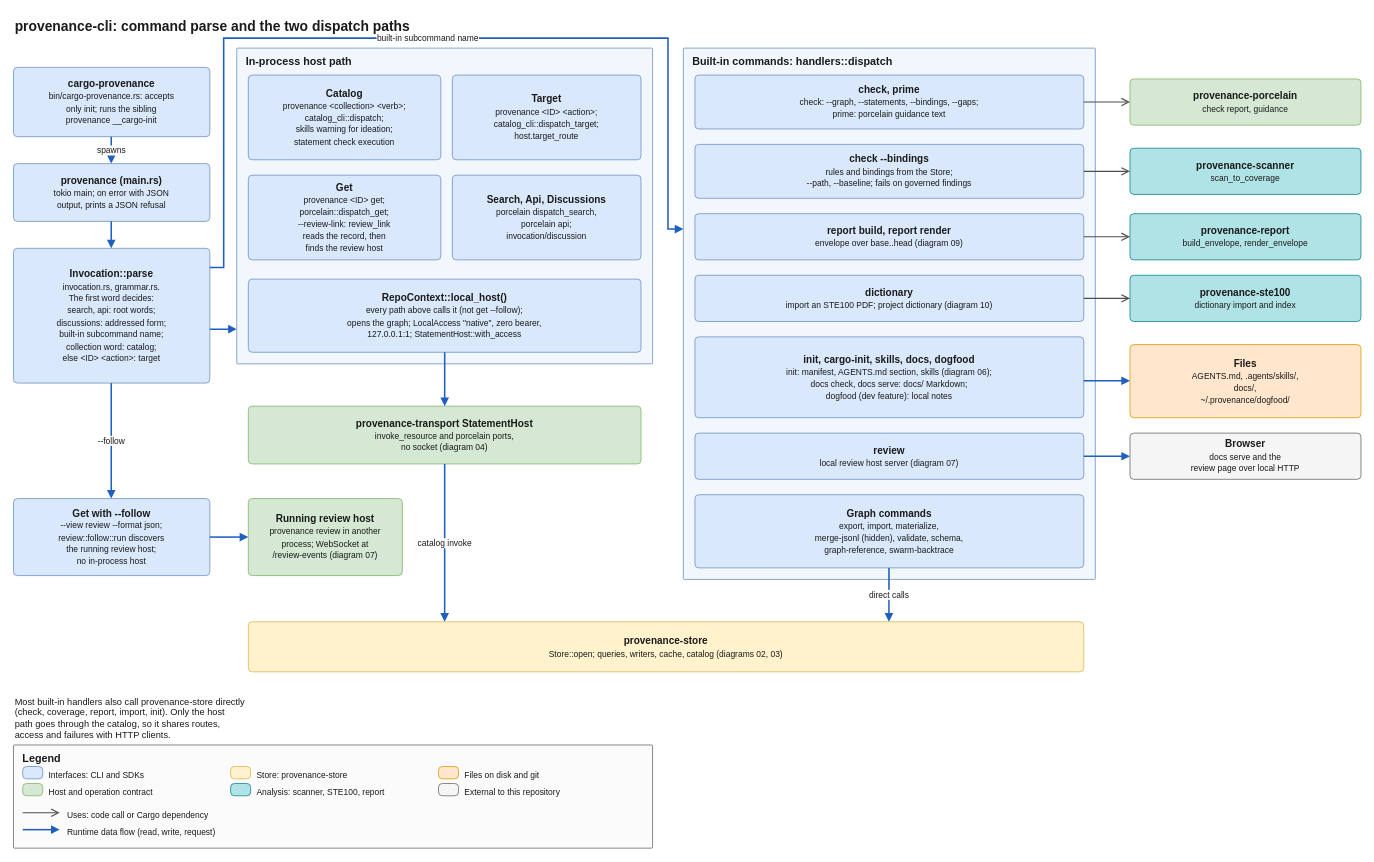
Before: docs/architecture/diagrams/05-cli-dispatch.drawio in quality-sh/provenance, a draw.io diagram. Source tidied: cells renumbered, new cells numbered last; positions are measured from the earlier drawing's top-left corner, leaving out a move shared by most shapes. Both pictures are drawn from the tidied source at 77%, with x=0, y=0 at pixel (13, 13).
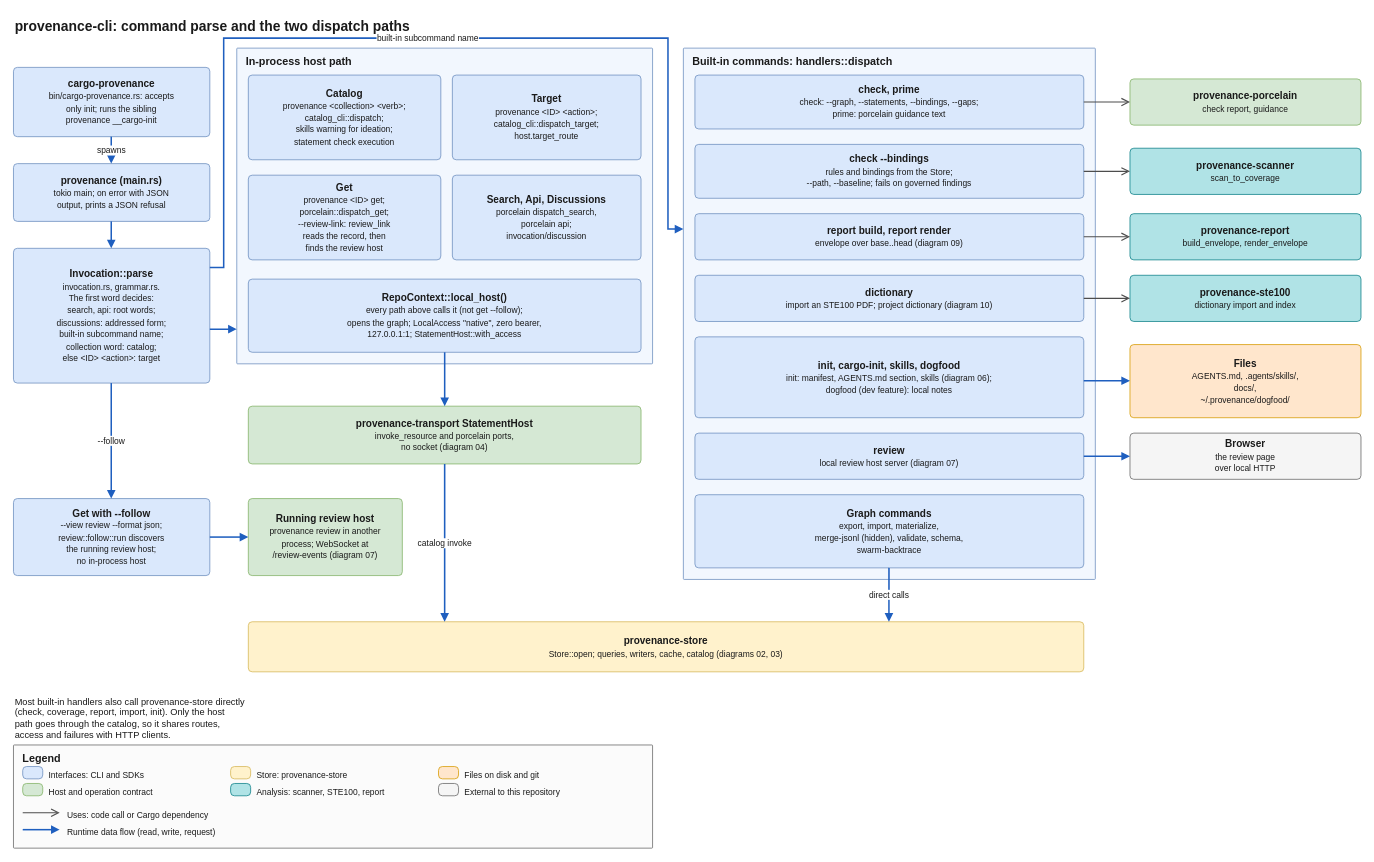
The same page after the edit.

The change refers to these unchanged cells:
```xml
<mxCell id="13" value="Built-in commands: handlers::dispatch" style="rounded=1;arcSize=2;absoluteArcSize=1;whiteSpace=wrap;html=1;fillColor=#f2f7fe;strokeColor=#6c8ebf;verticalAlign=top;align=left;spacingLeft=10;spacingRight=10;spacingTop=2;fontStyle=1;fontSize=14;fontColor=#1a1a1a;" parent="1" vertex="1">
  <mxGeometry x="870" y="45" width="535" height="690" as="geometry" />
</mxCell>
```

The edit, as a diff of the source:
```diff
@@
-    <mxCell id="18" value="&lt;b&gt;init, cargo-init, skills, docs, dogfood&lt;/b&gt;&lt;br&gt;&lt;font style=&quot;font-size:11px&quot;&gt;init: manifest, AGENTS.md section, skills (diagram 06);&lt;br&gt;docs check, docs serve: docs/ Markdown;&lt;br&gt;dogfood (dev feature): local notes&lt;/font&gt;" style="rounded=1;arcSize=10;absoluteArcSize=1;whiteSpace=wrap;html=1;fillColor=#dae8fc;strokeColor=#6c8ebf;fontSize=13;fontColor=#1a1a1a;verticalAlign=middle;align=center;spacing=4;" parent="13" vertex="1">
+    <mxCell id="18" value="&lt;b&gt;init, cargo-init, skills, dogfood&lt;/b&gt;&lt;br&gt;&lt;font style=&quot;font-size:11px&quot;&gt;init: manifest, AGENTS.md section, skills (diagram 06);&lt;br&gt;dogfood (dev feature): local notes&lt;/font&gt;" style="rounded=1;arcSize=10;absoluteArcSize=1;whiteSpace=wrap;html=1;fillColor=#dae8fc;strokeColor=#6c8ebf;fontSize=13;fontColor=#1a1a1a;verticalAlign=middle;align=center;spacing=4;" parent="13" vertex="1">
       <mxGeometry x="15" y="375" width="505" height="105" as="geometry" />
     </mxCell>
@@
-    <mxCell id="20" value="&lt;b&gt;Graph commands&lt;/b&gt;&lt;br&gt;&lt;font style=&quot;font-size:11px&quot;&gt;export, import, materialize,&lt;br&gt;merge-jsonl (hidden), validate, schema,&lt;br&gt;graph-reference, swarm-backtrace&lt;/font&gt;" style="rounded=1;arcSize=10;absoluteArcSize=1;whiteSpace=wrap;html=1;fillColor=#dae8fc;strokeColor=#6c8ebf;fontSize=13;fontColor=#1a1a1a;verticalAlign=middle;align=center;spacing=4;" parent="13" vertex="1">
+    <mxCell id="20" value="&lt;b&gt;Graph commands&lt;/b&gt;&lt;br&gt;&lt;font style=&quot;font-size:11px&quot;&gt;export, import, materialize,&lt;br&gt;merge-jsonl (hidden), validate, schema,&lt;br&gt;swarm-backtrace&lt;/font&gt;" style="rounded=1;arcSize=10;absoluteArcSize=1;whiteSpace=wrap;html=1;fillColor=#dae8fc;strokeColor=#6c8ebf;fontSize=13;fontColor=#1a1a1a;verticalAlign=middle;align=center;spacing=4;" parent="13" vertex="1">
       <mxGeometry x="15" y="580" width="505" height="95" as="geometry" />
     </mxCell>
@@
-    <mxCell id="26" value="&lt;b&gt;Browser&lt;/b&gt;&lt;br&gt;&lt;font style=&quot;font-size:11px&quot;&gt;docs serve and the&lt;br&gt;review page over local HTTP&lt;/font&gt;" style="rounded=1;arcSize=10;absoluteArcSize=1;whiteSpace=wrap;html=1;fillColor=#f5f5f5;strokeColor=#666666;fontSize=13;fontColor=#1a1a1a;verticalAlign=middle;align=center;spacing=4;" parent="1" vertex="1">
+    <mxCell id="26" value="&lt;b&gt;Browser&lt;/b&gt;&lt;br&gt;&lt;font style=&quot;font-size:11px&quot;&gt;the review page&lt;br&gt;over local HTTP&lt;/font&gt;" style="rounded=1;arcSize=10;absoluteArcSize=1;whiteSpace=wrap;html=1;fillColor=#f5f5f5;strokeColor=#666666;fontSize=13;fontColor=#1a1a1a;verticalAlign=middle;align=center;spacing=4;" parent="1" vertex="1">
       <mxGeometry x="1450" y="545" width="300" height="60" as="geometry" />
     </mxCell>
```
